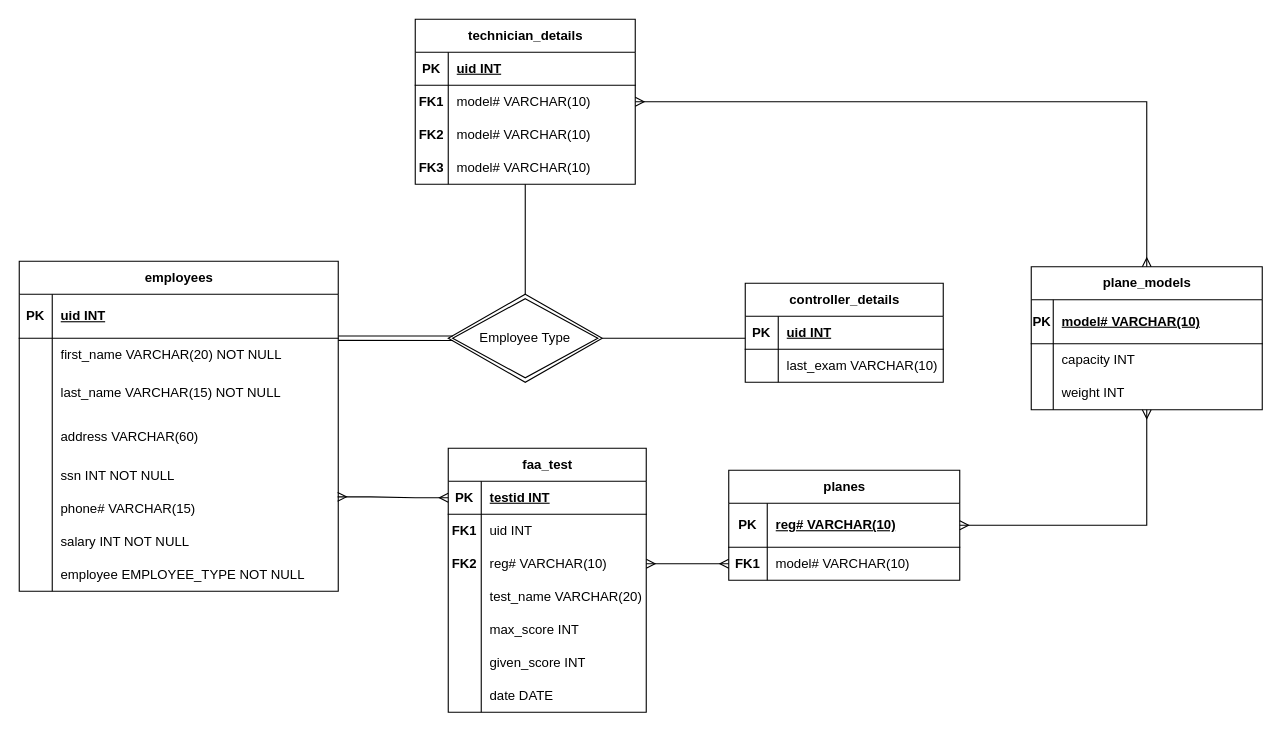
O-paque/CS430 keeps this draw.io diagram as Untitled Diagram.drawio. Above is the earlier version. Source tidied: cells renumbered, new cells numbered last; positions are measured from the earlier drawing's top-left corner, leaving out a move shared by most shapes. Both pictures are drawn from the tidied source at 110%, with x=0, y=0 at pixel (19, 19).
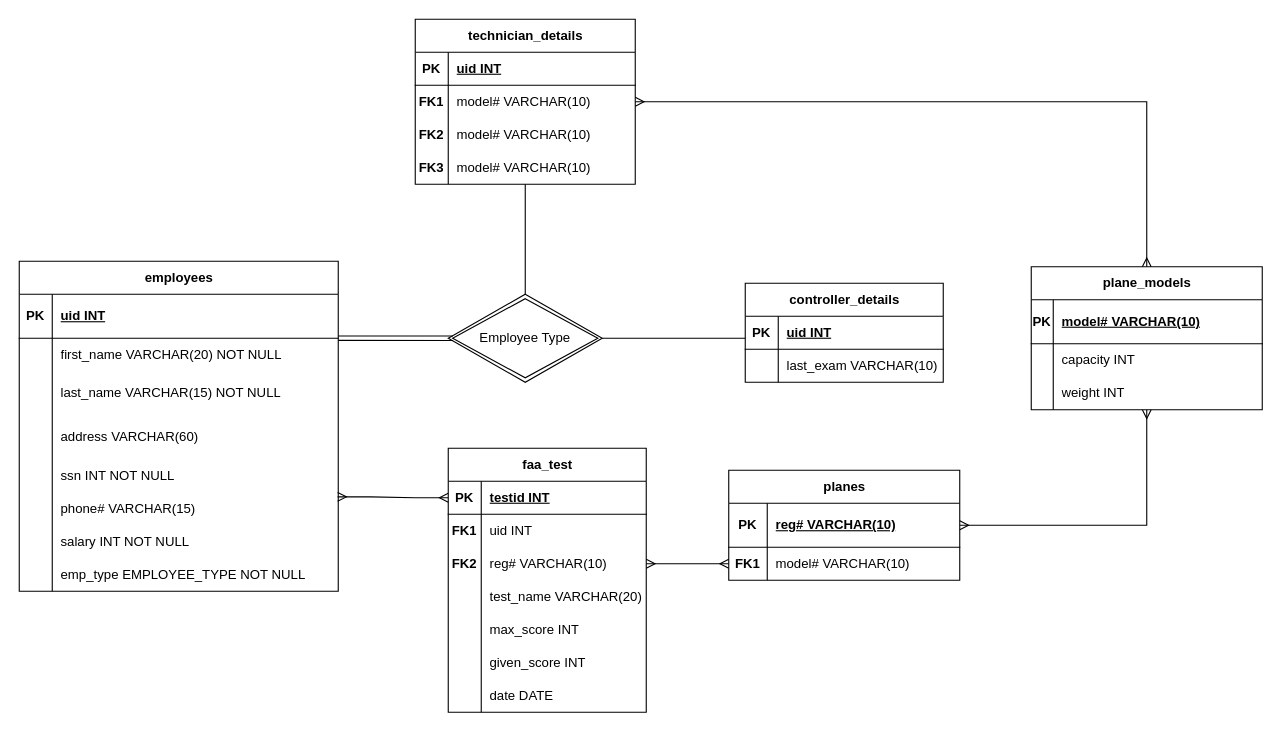
The same page after the edit.

The change refers to these unchanged cells:
```xml
<mxCell id="33" style="shape=tableRow;horizontal=0;startSize=0;swimlaneHead=0;swimlaneBody=0;fillColor=none;top=0;left=0;right=0;bottom=0;" parent="11" vertex="1">
  <mxGeometry y="270" width="290" height="30" as="geometry" />
</mxCell>
```

Change to the diagram source:
```diff
@@
-    <mxCell id="35" value="employee EMPLOYEE_TYPE NOT NULL" style="shape=partialRectangle;fillColor=none;top=0;left=0;bottom=0;right=0;align=left;spacingLeft=6;overflow=hidden;whiteSpace=wrap;html=1;" parent="33" vertex="1">
+    <mxCell id="35" value="emp_type EMPLOYEE_TYPE NOT NULL" style="shape=partialRectangle;fillColor=none;top=0;left=0;bottom=0;right=0;align=left;spacingLeft=6;overflow=hidden;whiteSpace=wrap;html=1;" parent="33" vertex="1">
       <mxGeometry x="30" width="260" height="30" as="geometry" />
     </mxCell>
```
